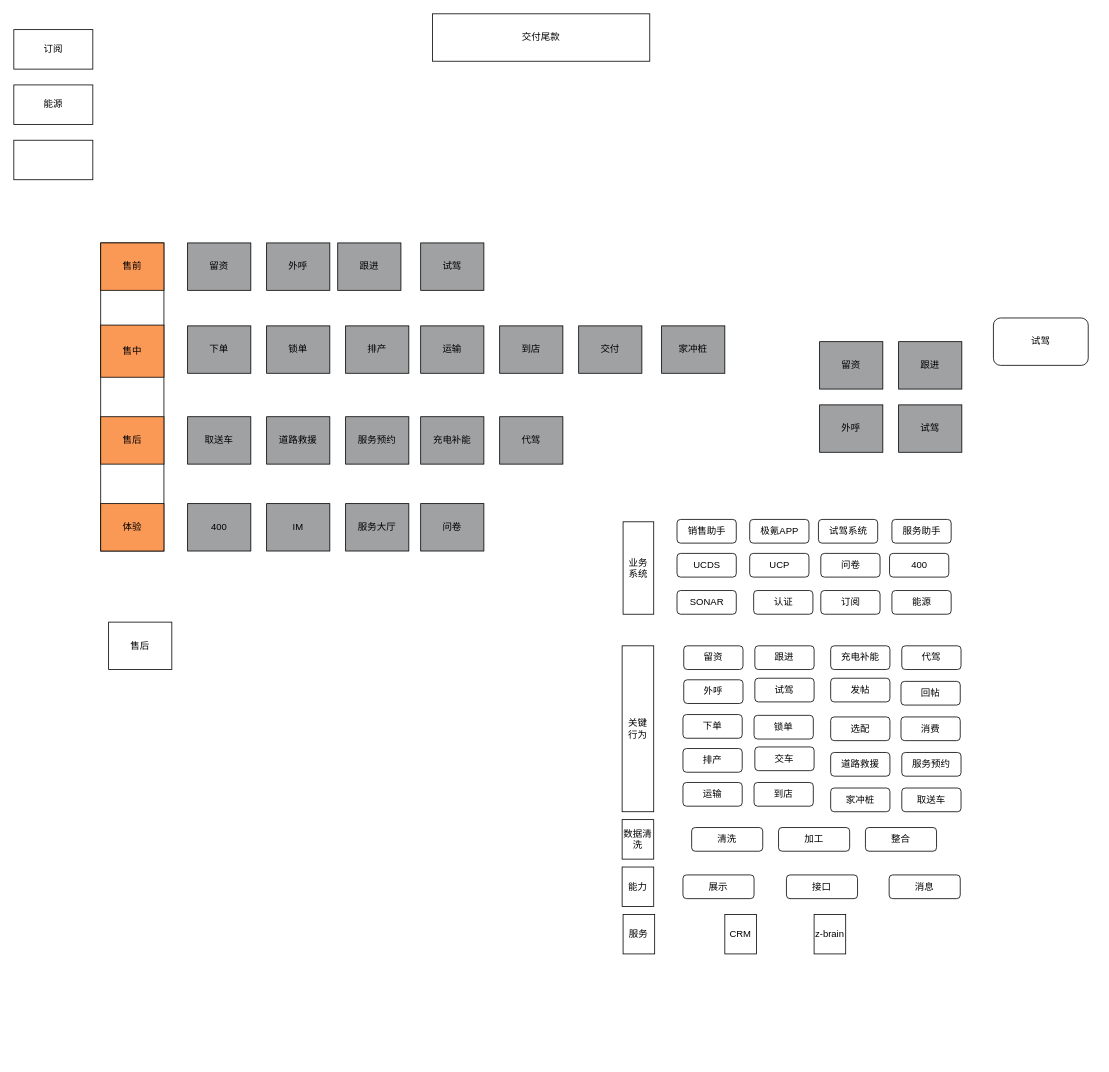
Before: 数据可观测.drawio in ysujn/space, a draw.io diagram. Source tidied: cells renumbered, new cells numbered last; positions are measured from the earlier drawing's top-left corner, leaving out a move shared by most shapes. Both pictures are drawn from the tidied source at 79%, with x=0, y=0 at pixel (13, 13).
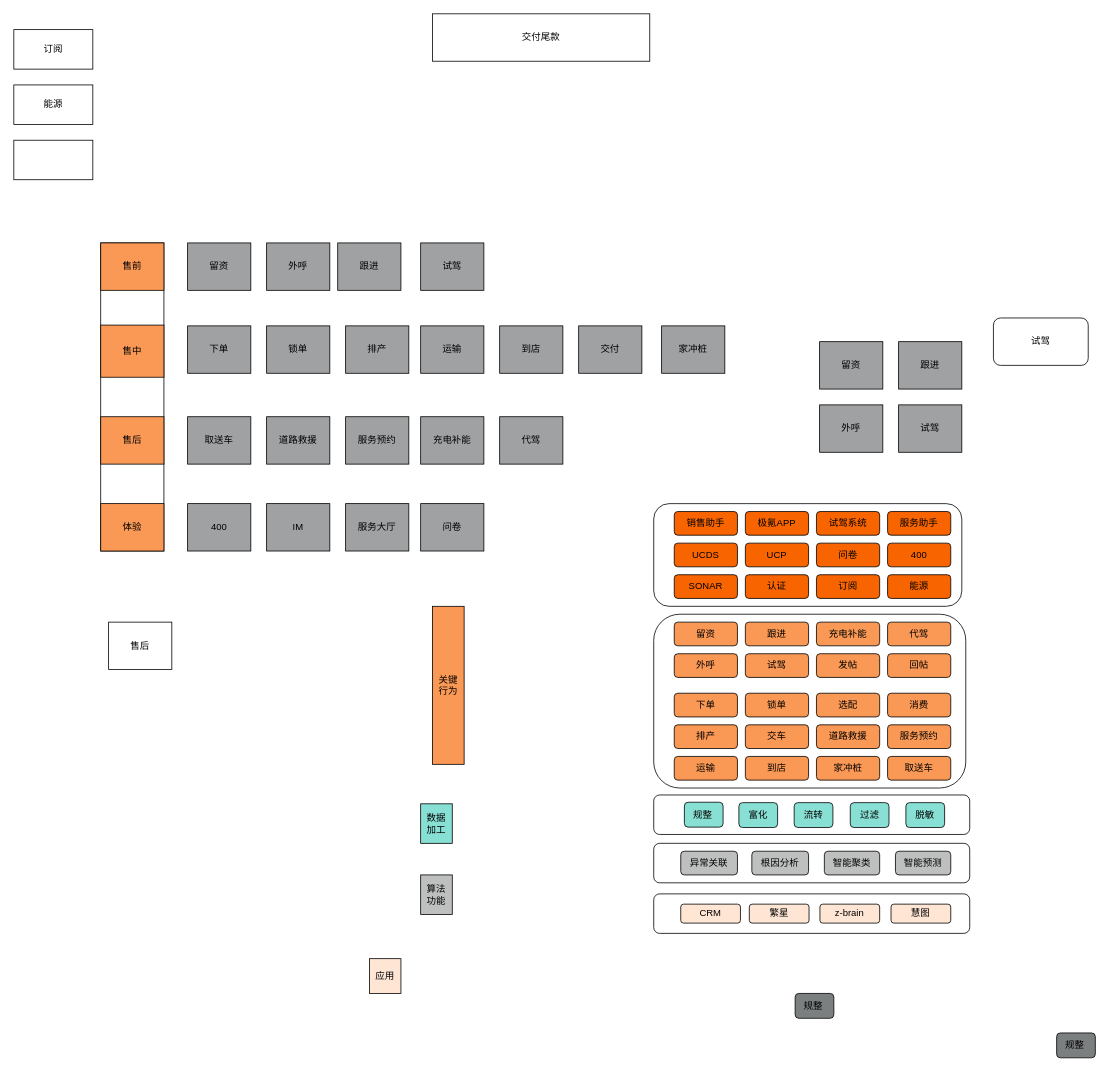
The same diagram, later.

Commit message:
更新数据可观测.drawio

The edit, as a diff of the source:
```diff
@@
+    <mxCell id="82" style="rounded=1;whiteSpace=wrap;html=1;" parent="1" vertex="1">
+      <mxGeometry x="810" y="1114" width="400" height="50" as="geometry" />
+    </mxCell>
+    <mxCell id="83" style="rounded=1;whiteSpace=wrap;html=1;" parent="1" vertex="1">
+      <mxGeometry x="810" y="1050" width="400" height="50" as="geometry" />
+    </mxCell>
+    <mxCell id="84" style="rounded=1;whiteSpace=wrap;html=1;" parent="1" vertex="1">
+      <mxGeometry x="810" y="988.8" width="400" height="50" as="geometry" />
+    </mxCell>
+    <mxCell id="85" style="rounded=1;whiteSpace=wrap;html=1;" parent="1" vertex="1">
+      <mxGeometry x="810" y="760" width="395" height="220" as="geometry" />
+    </mxCell>
+    <mxCell id="86" style="rounded=1;whiteSpace=wrap;html=1;" parent="1" vertex="1">
+      <mxGeometry x="810" y="620" width="390" height="130" as="geometry" />
+    </mxCell>
@@
+    <mxCell id="37" value="试驾" style="rounded=1;whiteSpace=wrap;html=1;" parent="1" vertex="1">
+      <mxGeometry x="1240" y="385" width="120" height="60" as="geometry" />
+    </mxCell>
+    <mxCell id="87" value="规整&lt;span style=&quot;white-space: pre;&quot;&gt;&#9;&lt;/span&gt;" style="rounded=1;whiteSpace=wrap;html=1;fillColor=#7C7F80;" parent="1" vertex="1">
+      <mxGeometry x="989" y="1240" width="49" height="31.5" as="geometry" />
+    </mxCell>
+    <mxCell id="88" value="规整&lt;span style=&quot;white-space: pre;&quot;&gt;&#9;&lt;/span&gt;" style="rounded=1;whiteSpace=wrap;html=1;fillColor=#7C7F80;" parent="1" vertex="1">
+      <mxGeometry x="1320" y="1290" width="49" height="31.5" as="geometry" />
+    </mxCell>
-    <mxCell id="36" value="留资" style="rounded=1;whiteSpace=wrap;html=1;" parent="1" vertex="1">
-      <mxGeometry x="848" y="800" width="75" height="30" as="geometry" />
+    <mxCell id="36" value="留资" style="rounded=1;whiteSpace=wrap;html=1;fillColor=#FA9855;" parent="1" vertex="1">
+      <mxGeometry x="836" y="770" width="80" height="30" as="geometry" />
     </mxCell>
-    <mxCell id="37" value="试驾" style="rounded=1;whiteSpace=wrap;html=1;" parent="1" vertex="1">
-      <mxGeometry x="1240" y="385" width="120" height="60" as="geometry" />
-    </mxCell>
-    <mxCell id="38" value="跟进" style="rounded=1;whiteSpace=wrap;html=1;" parent="1" vertex="1">
-      <mxGeometry x="938" y="800" width="75" height="30" as="geometry" />
+    <mxCell id="38" value="跟进" style="rounded=1;whiteSpace=wrap;html=1;fillColor=#FA9855;" parent="1" vertex="1">
+      <mxGeometry x="926" y="770" width="80" height="30" as="geometry" />
     </mxCell>
-    <mxCell id="39" value="外呼" style="rounded=1;whiteSpace=wrap;html=1;" parent="1" vertex="1">
-      <mxGeometry x="848" y="843" width="75" height="30" as="geometry" />
+    <mxCell id="39" value="外呼" style="rounded=1;whiteSpace=wrap;html=1;fillColor=#FA9855;" parent="1" vertex="1">
+      <mxGeometry x="836" y="810" width="80" height="30" as="geometry" />
     </mxCell>
-    <mxCell id="40" value="试驾" style="rounded=1;whiteSpace=wrap;html=1;" parent="1" vertex="1">
-      <mxGeometry x="938" y="841" width="75" height="30" as="geometry" />
+    <mxCell id="40" value="试驾" style="rounded=1;whiteSpace=wrap;html=1;fillColor=#FA9855;" parent="1" vertex="1">
+      <mxGeometry x="926" y="810" width="80" height="30" as="geometry" />
     </mxCell>
-    <mxCell id="41" value="下单" style="rounded=1;whiteSpace=wrap;html=1;" parent="1" vertex="1">
-      <mxGeometry x="847" y="887" width="75" height="30" as="geometry" />
+    <mxCell id="41" value="下单" style="rounded=1;whiteSpace=wrap;html=1;fillColor=#FA9855;" parent="1" vertex="1">
+      <mxGeometry x="836" y="860" width="80" height="30" as="geometry" />
     </mxCell>
-    <mxCell id="42" value="锁单" style="rounded=1;whiteSpace=wrap;html=1;" parent="1" vertex="1">
-      <mxGeometry x="937" y="888" width="75" height="30" as="geometry" />
+    <mxCell id="42" value="锁单" style="rounded=1;whiteSpace=wrap;html=1;fillColor=#FA9855;" parent="1" vertex="1">
+      <mxGeometry x="926" y="860" width="80" height="30" as="geometry" />
     </mxCell>
-    <mxCell id="43" value="运输" style="rounded=1;whiteSpace=wrap;html=1;" parent="1" vertex="1">
-      <mxGeometry x="847" y="973" width="75" height="30" as="geometry" />
+    <mxCell id="43" value="运输" style="rounded=1;whiteSpace=wrap;html=1;fillColor=#FA9855;" parent="1" vertex="1">
+      <mxGeometry x="836" y="940" width="80" height="30" as="geometry" />
     </mxCell>
-    <mxCell id="44" value="到店" style="rounded=1;whiteSpace=wrap;html=1;" parent="1" vertex="1">
-      <mxGeometry x="937" y="973" width="75" height="30" as="geometry" />
+    <mxCell id="44" value="到店" style="rounded=1;whiteSpace=wrap;html=1;fillColor=#FA9855;" parent="1" vertex="1">
+      <mxGeometry x="926" y="940" width="80" height="30" as="geometry" />
     </mxCell>
-    <mxCell id="45" value="排产" style="rounded=1;whiteSpace=wrap;html=1;" parent="1" vertex="1">
-      <mxGeometry x="847" y="930" width="75" height="30" as="geometry" />
+    <mxCell id="45" value="排产" style="rounded=1;whiteSpace=wrap;html=1;fillColor=#FA9855;" parent="1" vertex="1">
+      <mxGeometry x="836" y="900" width="80" height="30" as="geometry" />
     </mxCell>
-    <mxCell id="46" value="发帖" style="rounded=1;whiteSpace=wrap;html=1;" parent="1" vertex="1">
-      <mxGeometry x="1034" y="841" width="75" height="30" as="geometry" />
+    <mxCell id="46" value="发帖" style="rounded=1;whiteSpace=wrap;html=1;fillColor=#FA9855;" parent="1" vertex="1">
+      <mxGeometry x="1016" y="810" width="80" height="30" as="geometry" />
     </mxCell>
-    <mxCell id="47" value="交车" style="rounded=1;whiteSpace=wrap;html=1;" parent="1" vertex="1">
-      <mxGeometry x="938" y="928" width="75" height="30" as="geometry" />
+    <mxCell id="47" value="交车" style="rounded=1;whiteSpace=wrap;html=1;fillColor=#FA9855;" parent="1" vertex="1">
+      <mxGeometry x="926" y="900" width="80" height="30" as="geometry" />
     </mxCell>
-    <mxCell id="48" value="家冲桩" style="rounded=1;whiteSpace=wrap;html=1;" parent="1" vertex="1">
-      <mxGeometry x="1034" y="980" width="75" height="30" as="geometry" />
+    <mxCell id="48" value="家冲桩" style="rounded=1;whiteSpace=wrap;html=1;fillColor=#FA9855;" parent="1" vertex="1">
+      <mxGeometry x="1016" y="940" width="80" height="30" as="geometry" />
     </mxCell>
-    <mxCell id="49" value="取送车" style="rounded=1;whiteSpace=wrap;html=1;" parent="1" vertex="1">
-      <mxGeometry x="1124" y="980" width="75" height="30" as="geometry" />
+    <mxCell id="49" value="取送车" style="rounded=1;whiteSpace=wrap;html=1;fillColor=#FA9855;" parent="1" vertex="1">
+      <mxGeometry x="1106" y="940" width="80" height="30" as="geometry" />
     </mxCell>
-    <mxCell id="50" value="充电补能" style="rounded=1;whiteSpace=wrap;html=1;" parent="1" vertex="1">
-      <mxGeometry x="1034" y="800" width="75" height="30" as="geometry" />
+    <mxCell id="50" value="充电补能" style="rounded=1;whiteSpace=wrap;html=1;fillColor=#FA9855;" parent="1" vertex="1">
+      <mxGeometry x="1016" y="770" width="80" height="30" as="geometry" />
     </mxCell>
-    <mxCell id="51" value="道路救援" style="rounded=1;whiteSpace=wrap;html=1;" parent="1" vertex="1">
-      <mxGeometry x="1034" y="935" width="75" height="30" as="geometry" />
+    <mxCell id="51" value="道路救援" style="rounded=1;whiteSpace=wrap;html=1;fillColor=#FA9855;" parent="1" vertex="1">
+      <mxGeometry x="1016" y="900" width="80" height="30" as="geometry" />
     </mxCell>
-    <mxCell id="52" value="服务预约" style="rounded=1;whiteSpace=wrap;html=1;" parent="1" vertex="1">
-      <mxGeometry x="1124" y="935" width="75" height="30" as="geometry" />
+    <mxCell id="52" value="服务预约" style="rounded=1;whiteSpace=wrap;html=1;fillColor=#FA9855;" parent="1" vertex="1">
+      <mxGeometry x="1106" y="900" width="80" height="30" as="geometry" />
     </mxCell>
-    <mxCell id="53" value="代驾" style="rounded=1;whiteSpace=wrap;html=1;" parent="1" vertex="1">
-      <mxGeometry x="1124" y="800" width="75" height="30" as="geometry" />
+    <mxCell id="53" value="代驾" style="rounded=1;whiteSpace=wrap;html=1;fillColor=#FA9855;" parent="1" vertex="1">
+      <mxGeometry x="1106" y="770" width="80" height="30" as="geometry" />
     </mxCell>
-    <mxCell id="54" value="清洗" style="rounded=1;whiteSpace=wrap;html=1;" parent="1" vertex="1">
-      <mxGeometry x="858" y="1030" width="90" height="30" as="geometry" />
-    </mxCell>
-    <mxCell id="55" value="回帖" style="rounded=1;whiteSpace=wrap;html=1;" parent="1" vertex="1">
-      <mxGeometry x="1123" y="845" width="75" height="30" as="geometry" />
+    <mxCell id="55" value="回帖" style="rounded=1;whiteSpace=wrap;html=1;fillColor=#FA9855;" parent="1" vertex="1">
+      <mxGeometry x="1106" y="810" width="80" height="30" as="geometry" />
     </mxCell>
-    <mxCell id="56" value="选配" style="rounded=1;whiteSpace=wrap;html=1;" parent="1" vertex="1">
-      <mxGeometry x="1034" y="890" width="75" height="30" as="geometry" />
+    <mxCell id="56" value="选配" style="rounded=1;whiteSpace=wrap;html=1;fillColor=#FA9855;" parent="1" vertex="1">
+      <mxGeometry x="1016" y="860" width="80" height="30" as="geometry" />
     </mxCell>
-    <mxCell id="57" value="消费" style="rounded=1;whiteSpace=wrap;html=1;" parent="1" vertex="1">
-      <mxGeometry x="1123" y="890" width="75" height="30" as="geometry" />
+    <mxCell id="57" value="消费" style="rounded=1;whiteSpace=wrap;html=1;fillColor=#FA9855;" parent="1" vertex="1">
+      <mxGeometry x="1106" y="860" width="80" height="30" as="geometry" />
     </mxCell>
-    <mxCell id="58" value="整合" style="rounded=1;whiteSpace=wrap;html=1;" parent="1" vertex="1">
-      <mxGeometry x="1078" y="1030" width="90" height="30" as="geometry" />
-    </mxCell>
-    <mxCell id="59" value="加工" style="rounded=1;whiteSpace=wrap;html=1;" parent="1" vertex="1">
-      <mxGeometry x="968" y="1030" width="90" height="30" as="geometry" />
-    </mxCell>
-    <mxCell id="60" value="展示" style="rounded=1;whiteSpace=wrap;html=1;" parent="1" vertex="1">
-      <mxGeometry x="847" y="1090" width="90" height="30" as="geometry" />
-    </mxCell>
-    <mxCell id="61" value="接口" style="rounded=1;whiteSpace=wrap;html=1;" parent="1" vertex="1">
-      <mxGeometry x="978" y="1090" width="90" height="30" as="geometry" />
-    </mxCell>
-    <mxCell id="62" value="消息" style="rounded=1;whiteSpace=wrap;html=1;" parent="1" vertex="1">
-      <mxGeometry x="1108" y="1090" width="90" height="30" as="geometry" />
-    </mxCell>
-    <mxCell id="63" value="关键&lt;br&gt;行为" style="rounded=0;whiteSpace=wrap;html=1;" parent="1" vertex="1">
-      <mxGeometry x="770" y="800" width="40" height="210" as="geometry" />
+    <mxCell id="63" value="关键&lt;br&gt;行为" style="rounded=0;whiteSpace=wrap;html=1;fillColor=#FA9855;" parent="1" vertex="1">
+      <mxGeometry x="530" y="750" width="40" height="200" as="geometry" />
     </mxCell>
-    <mxCell id="64" value="数据清洗" style="rounded=0;whiteSpace=wrap;html=1;" parent="1" vertex="1">
-      <mxGeometry x="770" y="1020" width="40" height="50" as="geometry" />
+    <mxCell id="64" value="数据&lt;br&gt;加工" style="rounded=0;whiteSpace=wrap;html=1;fillColor=#88DFD4;" parent="1" vertex="1">
+      <mxGeometry x="515" y="1000" width="40" height="50" as="geometry" />
     </mxCell>
-    <mxCell id="65" value="能力" style="rounded=0;whiteSpace=wrap;html=1;" parent="1" vertex="1">
-      <mxGeometry x="770" y="1080" width="40" height="50" as="geometry" />
-    </mxCell>
-    <mxCell id="66" value="销售助手" style="rounded=1;whiteSpace=wrap;html=1;" parent="1" vertex="1">
-      <mxGeometry x="839.5" y="640" width="75" height="30" as="geometry" />
+    <mxCell id="66" value="销售助手" style="rounded=1;whiteSpace=wrap;html=1;fillColor=#F76400;" parent="1" vertex="1">
+      <mxGeometry x="836" y="630" width="80" height="30" as="geometry" />
     </mxCell>
-    <mxCell id="67" value="UCDS" style="rounded=1;whiteSpace=wrap;html=1;" parent="1" vertex="1">
-      <mxGeometry x="839.5" y="683" width="75" height="30" as="geometry" />
+    <mxCell id="67" value="UCDS" style="rounded=1;whiteSpace=wrap;html=1;fillColor=#F76400;" parent="1" vertex="1">
+      <mxGeometry x="836" y="670" width="80" height="30" as="geometry" />
     </mxCell>
-    <mxCell id="68" value="SONAR" style="rounded=1;whiteSpace=wrap;html=1;" parent="1" vertex="1">
-      <mxGeometry x="839.5" y="730" width="75" height="30" as="geometry" />
+    <mxCell id="68" value="SONAR" style="rounded=1;whiteSpace=wrap;html=1;fillColor=#F76400;" parent="1" vertex="1">
+      <mxGeometry x="836" y="710" width="80" height="30" as="geometry" />
     </mxCell>
-    <mxCell id="69" value="极氪APP" style="rounded=1;whiteSpace=wrap;html=1;" parent="1" vertex="1">
-      <mxGeometry x="931.5" y="640" width="75" height="30" as="geometry" />
+    <mxCell id="69" value="极氪APP" style="rounded=1;whiteSpace=wrap;html=1;fillColor=#F76400;" parent="1" vertex="1">
+      <mxGeometry x="926" y="630" width="80" height="30" as="geometry" />
     </mxCell>
-    <mxCell id="70" value="试驾系统" style="rounded=1;whiteSpace=wrap;html=1;" parent="1" vertex="1">
-      <mxGeometry x="1018.5" y="640" width="75" height="30" as="geometry" />
+    <mxCell id="70" value="试驾系统" style="rounded=1;whiteSpace=wrap;html=1;fillColor=#F76400;" parent="1" vertex="1">
+      <mxGeometry x="1016" y="630" width="80" height="30" as="geometry" />
     </mxCell>
-    <mxCell id="71" value="UCP" style="rounded=1;whiteSpace=wrap;html=1;" parent="1" vertex="1">
-      <mxGeometry x="931.5" y="683" width="75" height="30" as="geometry" />
+    <mxCell id="71" value="UCP" style="rounded=1;whiteSpace=wrap;html=1;fillColor=#F76400;" parent="1" vertex="1">
+      <mxGeometry x="926" y="670" width="80" height="30" as="geometry" />
     </mxCell>
-    <mxCell id="72" value="服务助手" style="rounded=1;whiteSpace=wrap;html=1;" parent="1" vertex="1">
-      <mxGeometry x="1111.5" y="640" width="75" height="30" as="geometry" />
+    <mxCell id="72" value="服务助手" style="rounded=1;whiteSpace=wrap;html=1;fillColor=#F76400;" parent="1" vertex="1">
+      <mxGeometry x="1106" y="630" width="80" height="30" as="geometry" />
     </mxCell>
-    <mxCell id="73" value="400" style="rounded=1;whiteSpace=wrap;html=1;" parent="1" vertex="1">
-      <mxGeometry x="1108.5" y="683" width="75" height="30" as="geometry" />
+    <mxCell id="73" value="400" style="rounded=1;whiteSpace=wrap;html=1;fillColor=#F76400;" parent="1" vertex="1">
+      <mxGeometry x="1106" y="670" width="80" height="30" as="geometry" />
     </mxCell>
-    <mxCell id="74" value="问卷" style="rounded=1;whiteSpace=wrap;html=1;" parent="1" vertex="1">
-      <mxGeometry x="1021.5" y="683" width="75" height="30" as="geometry" />
+    <mxCell id="74" value="问卷" style="rounded=1;whiteSpace=wrap;html=1;fillColor=#F76400;" parent="1" vertex="1">
+      <mxGeometry x="1016" y="670" width="80" height="30" as="geometry" />
     </mxCell>
-    <mxCell id="75" value="能源" style="rounded=1;whiteSpace=wrap;html=1;" parent="1" vertex="1">
-      <mxGeometry x="1111.5" y="730" width="75" height="30" as="geometry" />
+    <mxCell id="75" value="能源" style="rounded=1;whiteSpace=wrap;html=1;fillColor=#F76400;" parent="1" vertex="1">
+      <mxGeometry x="1106" y="710" width="80" height="30" as="geometry" />
     </mxCell>
-    <mxCell id="76" value="认证" style="rounded=1;whiteSpace=wrap;html=1;" parent="1" vertex="1">
-      <mxGeometry x="936.5" y="730" width="75" height="30" as="geometry" />
+    <mxCell id="76" value="认证" style="rounded=1;whiteSpace=wrap;html=1;fillColor=#F76400;" parent="1" vertex="1">
+      <mxGeometry x="926" y="710" width="80" height="30" as="geometry" />
     </mxCell>
-    <mxCell id="77" value="订阅" style="rounded=1;whiteSpace=wrap;html=1;" parent="1" vertex="1">
-      <mxGeometry x="1021.5" y="730" width="75" height="30" as="geometry" />
+    <mxCell id="77" value="订阅" style="rounded=1;whiteSpace=wrap;html=1;fillColor=#F76400;" parent="1" vertex="1">
+      <mxGeometry x="1016" y="710" width="80" height="30" as="geometry" />
     </mxCell>
-    <mxCell id="78" value="业务&lt;br&gt;系统" style="rounded=0;whiteSpace=wrap;html=1;" parent="1" vertex="1">
-      <mxGeometry x="771.2" y="643" width="38.8" height="117" as="geometry" />
-    </mxCell>
+    <mxCell id="89" value="智能聚类" style="rounded=1;whiteSpace=wrap;html=1;fillColor=#BEBFBF;" parent="1" vertex="1">
+      <mxGeometry x="1026" y="1060" width="70" height="30" as="geometry" />
+    </mxCell>
+    <mxCell id="90" value="根因分析" style="rounded=1;whiteSpace=wrap;html=1;fillColor=#BEBFBF;" parent="1" vertex="1">
+      <mxGeometry x="934.2" y="1060" width="71.8" height="30" as="geometry" />
+    </mxCell>
+    <mxCell id="91" value="算法&lt;br&gt;功能" style="rounded=0;whiteSpace=wrap;html=1;fillColor=#BEBFBF;" parent="1" vertex="1">
+      <mxGeometry x="515" y="1090" width="40" height="50" as="geometry" />
+    </mxCell>
+    <mxCell id="92" value="智能预测" style="rounded=1;whiteSpace=wrap;html=1;fillColor=#BEBFBF;" parent="1" vertex="1">
+      <mxGeometry x="1116" y="1060" width="70" height="30" as="geometry" />
+    </mxCell>
+    <mxCell id="93" value="异常关联" style="rounded=1;whiteSpace=wrap;html=1;fillColor=#BEBFBF;" parent="1" vertex="1">
+      <mxGeometry x="844.2" y="1060" width="71.8" height="30" as="geometry" />
+    </mxCell>
+    <mxCell id="94" value="规整&lt;span style=&quot;white-space: pre;&quot;&gt;&#9;&lt;/span&gt;" style="rounded=1;whiteSpace=wrap;html=1;fillColor=#88DFD4;" parent="1" vertex="1">
+      <mxGeometry x="848.8" y="998" width="49" height="31.5" as="geometry" />
+    </mxCell>
+    <mxCell id="95" value="富化" style="rounded=1;whiteSpace=wrap;html=1;fillColor=#88DFD4;" parent="1" vertex="1">
+      <mxGeometry x="917.8" y="998.5" width="49" height="31.5" as="geometry" />
+    </mxCell>
+    <mxCell id="96" value="流转" style="rounded=1;whiteSpace=wrap;html=1;fillColor=#88DFD4;" parent="1" vertex="1">
+      <mxGeometry x="987.8" y="998.5" width="49" height="31.5" as="geometry" />
+    </mxCell>
+    <mxCell id="97" value="过滤" style="rounded=1;whiteSpace=wrap;html=1;fillColor=#88DFD4;" parent="1" vertex="1">
+      <mxGeometry x="1058.8" y="998.5" width="49" height="31.5" as="geometry" />
+    </mxCell>
+    <mxCell id="98" value="脱敏" style="rounded=1;whiteSpace=wrap;html=1;fillColor=#88DFD4;" parent="1" vertex="1">
+      <mxGeometry x="1129.2" y="998.5" width="49" height="31.5" as="geometry" />
+    </mxCell>
-    <mxCell id="79" value="服务" style="rounded=0;whiteSpace=wrap;html=1;" parent="1" vertex="1">
-      <mxGeometry x="771.2" y="1140" width="40" height="50" as="geometry" />
+    <mxCell id="79" value="应用" style="rounded=0;whiteSpace=wrap;html=1;fillColor=#FEE5D4;" parent="1" vertex="1">
+      <mxGeometry x="450.2" y="1196" width="39.8" height="44" as="geometry" />
     </mxCell>
+    <mxCell id="99" value="繁星" style="rounded=1;whiteSpace=wrap;html=1;fillColor=#FEE5D4;" parent="1" vertex="1">
+      <mxGeometry x="931" y="1127" width="75.6" height="24" as="geometry" />
+    </mxCell>
+    <mxCell id="81" value="z-brain" style="rounded=1;whiteSpace=wrap;html=1;fillColor=#FEE5D4;" parent="1" vertex="1">
+      <mxGeometry x="1020.4" y="1127" width="75.6" height="24" as="geometry" />
+    </mxCell>
+    <mxCell id="100" value="慧图" style="rounded=1;whiteSpace=wrap;html=1;fillColor=#FEE5D4;" parent="1" vertex="1">
+      <mxGeometry x="1110.4" y="1127" width="75.6" height="24" as="geometry" />
+    </mxCell>
-    <mxCell id="80" value="CRM" style="rounded=0;whiteSpace=wrap;html=1;" parent="1" vertex="1">
-      <mxGeometry x="900" y="1140" width="40" height="50" as="geometry" />
+    <mxCell id="80" value="CRM" style="rounded=1;whiteSpace=wrap;html=1;fillColor=#FEE5D4;" parent="1" vertex="1">
+      <mxGeometry x="844.2" y="1127" width="75.6" height="24" as="geometry" />
     </mxCell>
-    <mxCell id="81" value="z-brain" style="rounded=0;whiteSpace=wrap;html=1;" parent="1" vertex="1">
-      <mxGeometry x="1013" y="1140" width="40" height="50" as="geometry" />
-    </mxCell>
```
